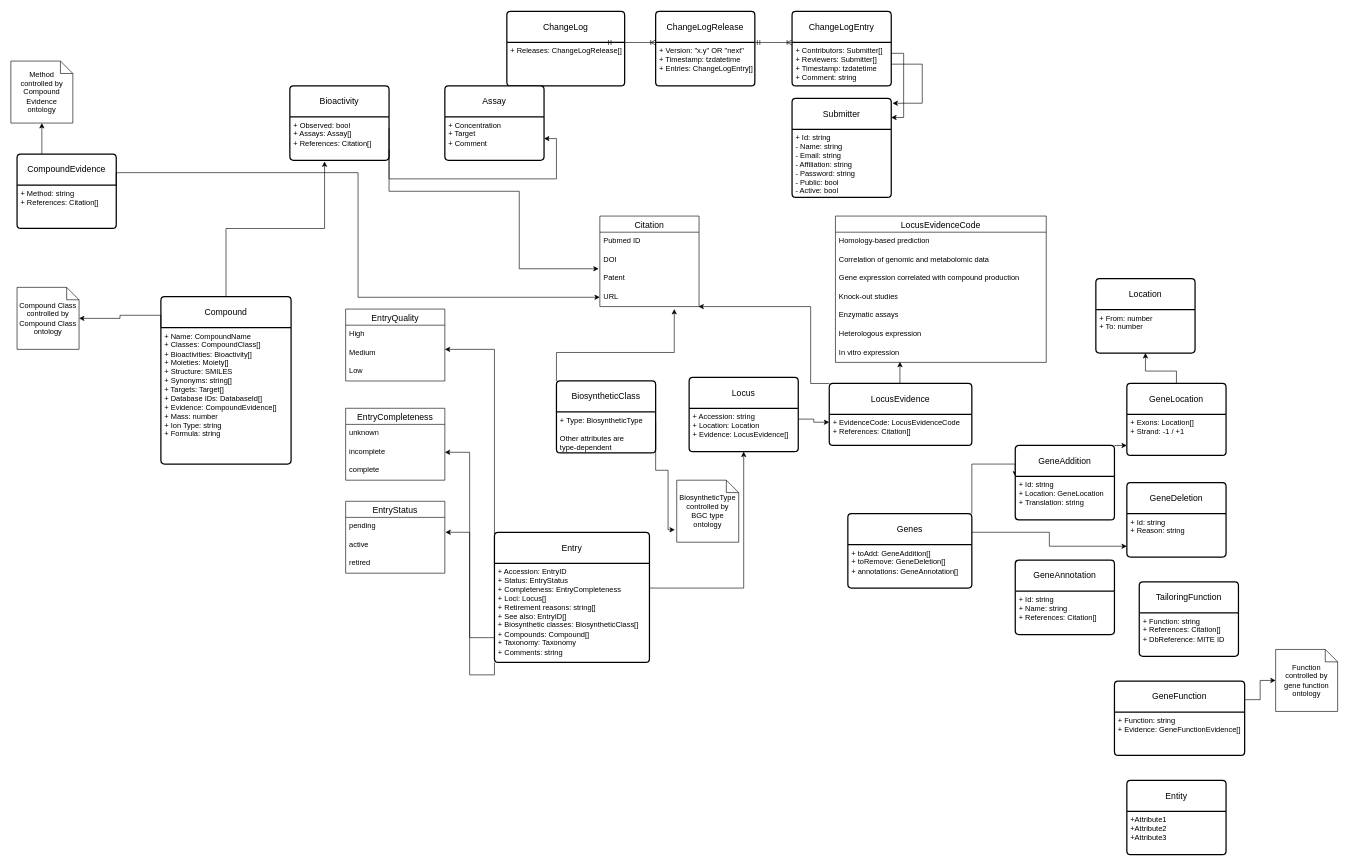
Above: mibig.drawio in mibig-secmet/schema (draw.io), before the change. Source tidied: cells renumbered, new cells numbered last; positions are measured from the earlier drawing's top-left corner, leaving out a move shared by most shapes. Both pictures are drawn from the tidied source at 62%, with x=0, y=0 at pixel (11, 11).
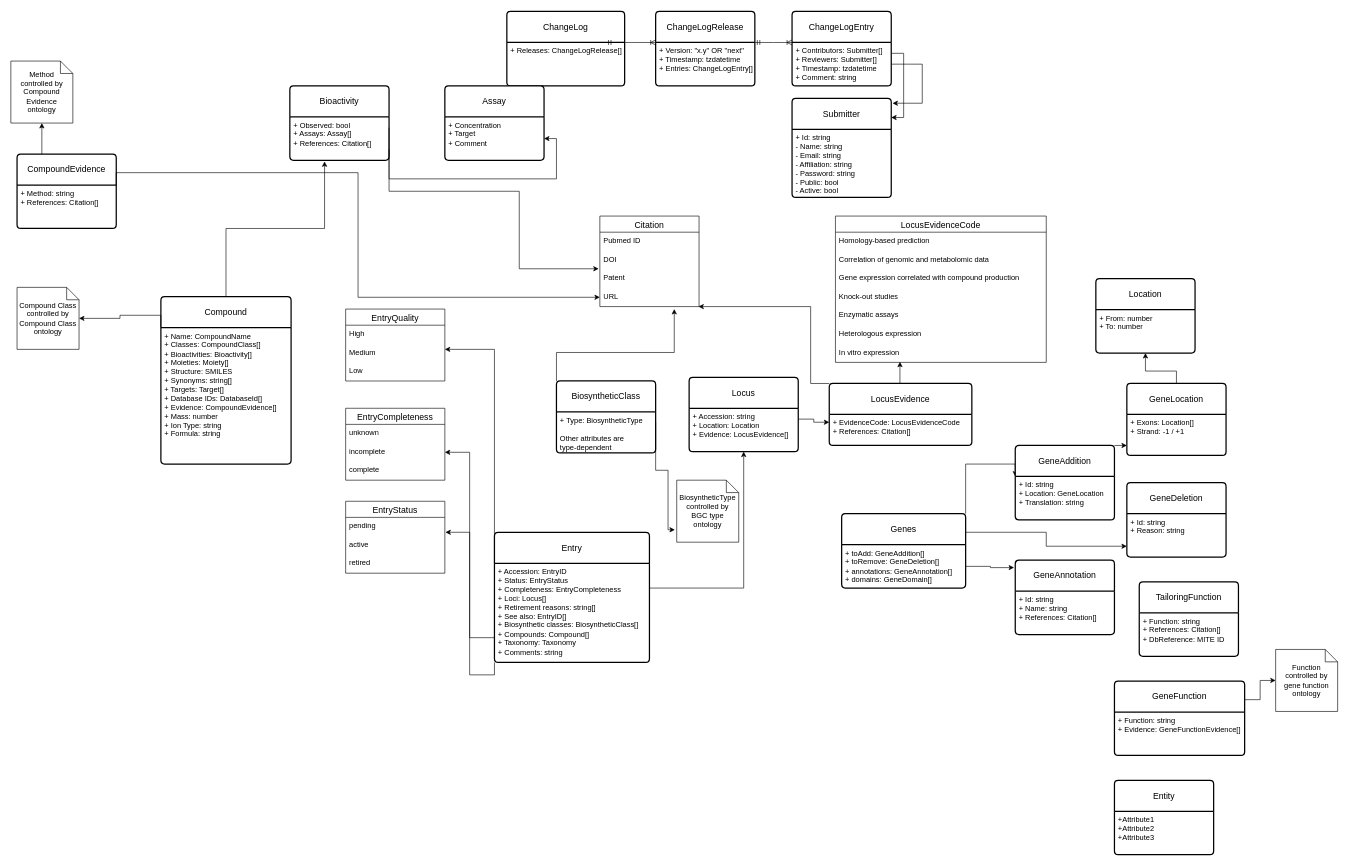
The same page after the edit.

Commit message:
drawing: Update schema drawing

The change refers to these unchanged cells:
```xml
<mxCell id="87" value="GeneAnnotation" style="swimlane;horizontal=1;startSize=50;rounded=1;fontSize=14;fontStyle=0;strokeWidth=2;shadow=0;dashed=0;align=center;arcSize=4;whiteSpace=wrap;html=1;" parent="1" vertex="1">
  <mxGeometry x="1620" y="885" width="160" height="120" as="geometry" />
</mxCell>
```

What changed in the source:
```diff
@@
     <mxCell id="75" value="Genes" style="swimlane;horizontal=1;startSize=50;rounded=1;fontSize=14;fontStyle=0;strokeWidth=2;shadow=0;dashed=0;align=center;arcSize=4;whiteSpace=wrap;html=1;" parent="1" vertex="1">
-      <mxGeometry x="1350" y="810" width="200" height="120" as="geometry" />
+      <mxGeometry x="1340" y="810" width="200" height="120" as="geometry" />
     </mxCell>
-    <mxCell id="76" value="+ toAdd: GeneAddition[]&lt;br&gt;+ toRemove: GeneDeletion[]&lt;br&gt;+ annotations: GeneAnnotation[]" style="align=left;strokeColor=none;fillColor=none;spacingLeft=4;fontSize=12;verticalAlign=top;html=1;" parent="75" vertex="1">
+    <mxCell id="76" value="+ toAdd: GeneAddition[]&lt;br&gt;+ toRemove: GeneDeletion[]&lt;br&gt;+ annotations: GeneAnnotation[]&lt;br&gt;+ domains: GeneDomain[]" style="align=left;strokeColor=none;fillColor=none;spacingLeft=4;fontSize=12;verticalAlign=top;html=1;" parent="75" vertex="1">
       <mxGeometry y="50" width="200" height="70" as="geometry" />
     </mxCell>
@@
     <mxCell id="95" value="Entity" style="swimlane;horizontal=1;startSize=50;rounded=1;fontSize=14;fontStyle=0;strokeWidth=2;shadow=0;dashed=0;align=center;arcSize=4;whiteSpace=wrap;html=1;" parent="1" vertex="1">
-      <mxGeometry x="1800" y="1240" width="160" height="120" as="geometry" />
+      <mxGeometry x="1780" y="1240" width="160" height="120" as="geometry" />
     </mxCell>
@@
+    <mxCell id="97" style="edgeStyle=orthogonalEdgeStyle;rounded=0;jettySize=auto;html=1;exitX=1;exitY=0.5;exitDx=0;exitDy=0;entryX=-0.012;entryY=0.1;entryDx=0;entryDy=0;entryPerimeter=0;" parent="1" edge="1" source="76" target="87">
+      <mxGeometry relative="1" as="geometry" />
+    </mxCell>
```
